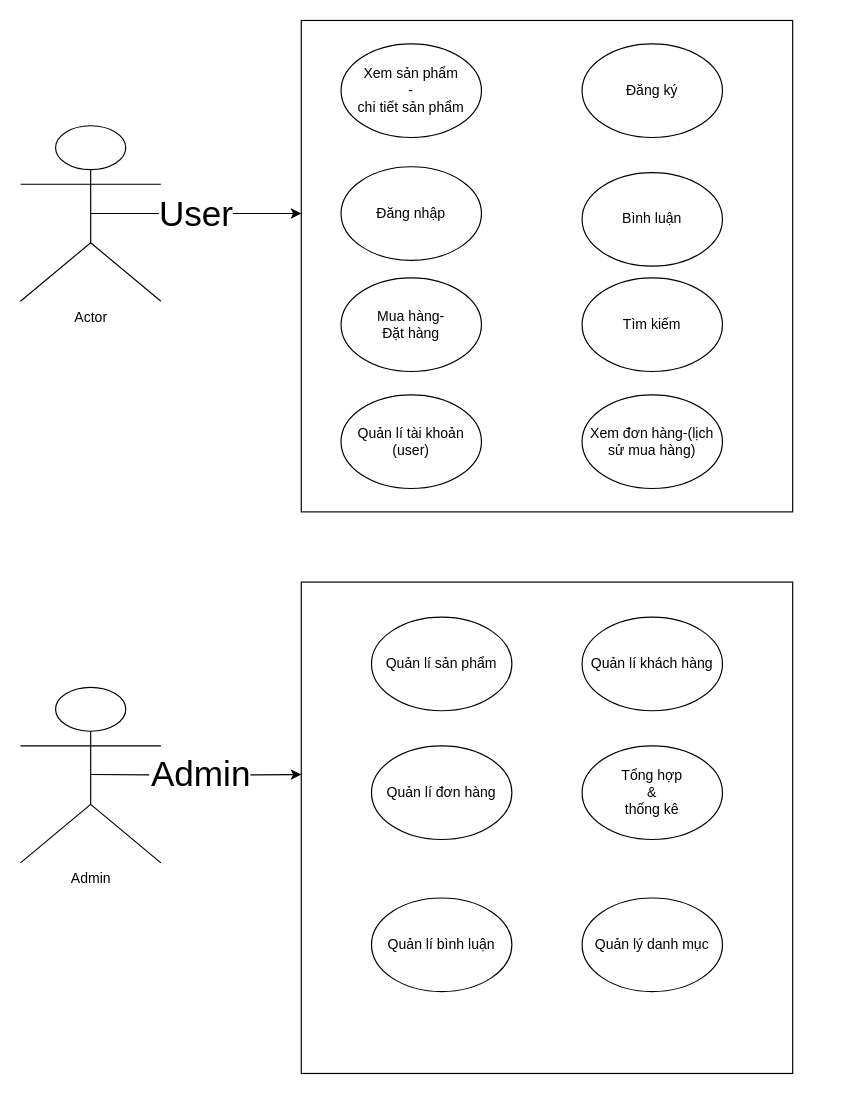
Before: case.drawio in KhoantenKhoan/Team5, a draw.io diagram. Source tidied: cells renumbered, new cells numbered last; positions are measured from the earlier drawing's top-left corner, leaving out a move shared by most shapes. Both pictures are drawn from the tidied source at 117%, with x=0, y=0 at pixel (20, 20).
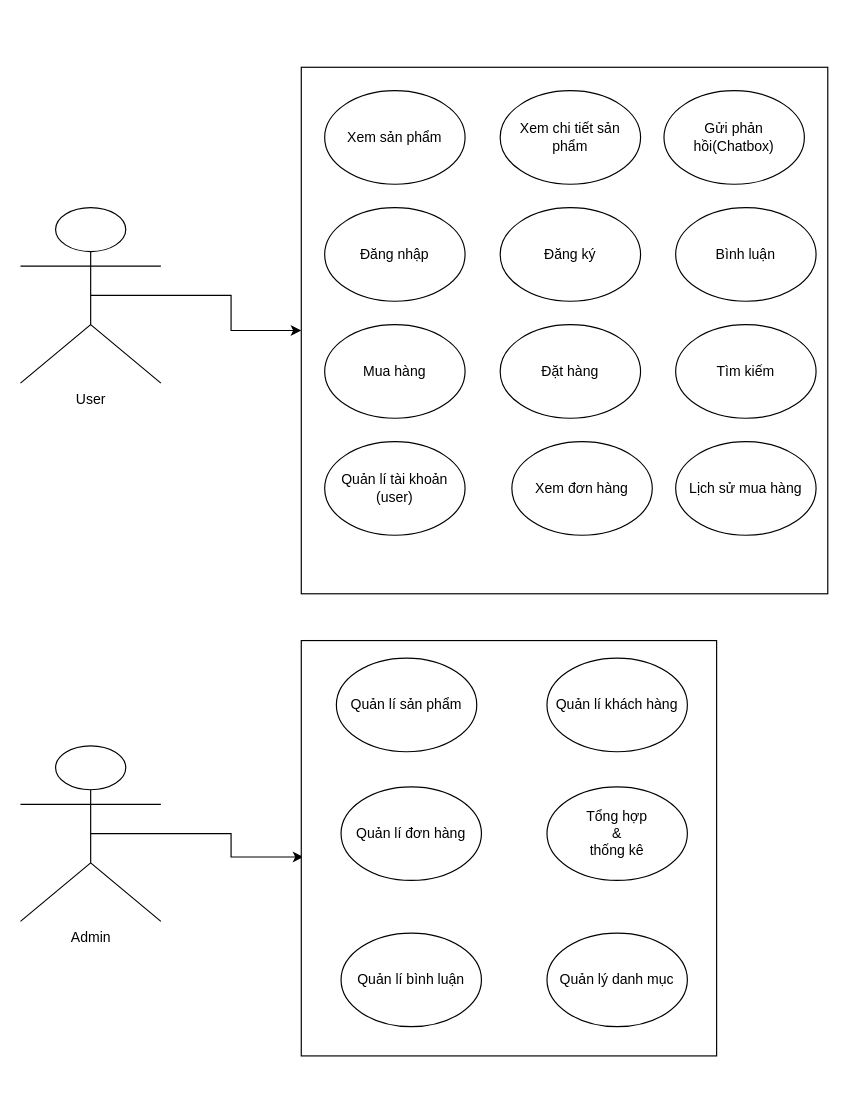
The same diagram, later.

Diff of the diagram source:
```diff
@@
+    <mxCell id="24" style="edgeStyle=orthogonalEdgeStyle;rounded=0;jettySize=auto;html=1;exitX=0.5;exitY=0.5;exitDx=0;exitDy=0;exitPerimeter=0;" parent="1" edge="1" source="2" target="6">
+      <mxGeometry relative="1" as="geometry" />
+    </mxCell>
-    <mxCell id="2" value="Actor" style="shape=umlActor;verticalLabelPosition=bottom;verticalAlign=top;html=1;outlineConnect=0;" parent="1" vertex="1">
-      <mxGeometry y="90" width="120" height="150" as="geometry" />
+    <mxCell id="2" value="User" style="shape=umlActor;verticalLabelPosition=bottom;verticalAlign=top;html=1;outlineConnect=0;" parent="1" vertex="1">
+      <mxGeometry y="160" width="120" height="150" as="geometry" />
     </mxCell>
+    <mxCell id="25" style="edgeStyle=orthogonalEdgeStyle;rounded=0;jettySize=auto;html=1;exitX=0.5;exitY=0.5;exitDx=0;exitDy=0;exitPerimeter=0;entryX=0.005;entryY=0.521;entryDx=0;entryDy=0;entryPerimeter=0;" parent="1" edge="1" source="3" target="7">
+      <mxGeometry relative="1" as="geometry" />
+    </mxCell>
     <mxCell id="3" value="Admin" style="shape=umlActor;verticalLabelPosition=bottom;verticalAlign=top;html=1;outlineConnect=0;" parent="1" vertex="1">
-      <mxGeometry y="570" width="120" height="150" as="geometry" />
+      <mxGeometry y="620" width="120" height="150" as="geometry" />
     </mxCell>
-    <mxCell id="4" value="User" style="endArrow=classic;html=1;rounded=0;exitX=0.5;exitY=0.5;exitDx=0;exitDy=0;exitPerimeter=0;fontSize=30;" parent="1" edge="1" source="2">
-      <mxGeometry relative="1" as="geometry">
-        <mxPoint x="240" y="165" as="targetPoint" />
-        <Array as="points">
-          <mxPoint x="150" y="165" />
-        </Array>
-      </mxGeometry>
-    </mxCell>
-    <mxCell id="5" style="endArrow=classic;html=1;rounded=0;exitX=0.5;exitY=0.5;exitDx=0;exitDy=0;exitPerimeter=0;startArrow=none;" parent="1" edge="1" source="22">
-      <mxGeometry relative="1" as="geometry">
-        <mxPoint x="240" y="644.5" as="targetPoint" />
-      </mxGeometry>
-    </mxCell>
     <mxCell id="6" style="whiteSpace=wrap;html=1;" parent="1" vertex="1">
-      <mxGeometry x="240" width="420" height="420" as="geometry" />
+      <mxGeometry x="240" y="40" width="450" height="450" as="geometry" />
     </mxCell>
     <mxCell id="7" style="whiteSpace=wrap;html=1;" parent="1" vertex="1">
-      <mxGeometry x="240" y="480" width="420" height="420" as="geometry" />
+      <mxGeometry x="240" y="530" width="355" height="355" as="geometry" />
     </mxCell>
-    <mxCell id="8" value="Xem sản phẩm&lt;br&gt;-&lt;br&gt;chi tiết sản phẩm" style="ellipse;whiteSpace=wrap;html=1;" parent="1" vertex="1">
-      <mxGeometry x="274" y="20" width="120" height="80" as="geometry" />
+    <mxCell id="8" value="Xem sản phẩm" style="ellipse;whiteSpace=wrap;html=1;" parent="1" vertex="1">
+      <mxGeometry x="260" y="60" width="120" height="80" as="geometry" />
     </mxCell>
     <mxCell id="9" value="Đăng nhập" style="ellipse;whiteSpace=wrap;html=1;" parent="1" vertex="1">
-      <mxGeometry x="274" y="125" width="120" height="80" as="geometry" />
+      <mxGeometry x="260" y="160" width="120" height="80" as="geometry" />
     </mxCell>
-    <mxCell id="10" value="Mua hàng-&lt;br&gt;Đặt hàng" style="ellipse;whiteSpace=wrap;html=1;" parent="1" vertex="1">
-      <mxGeometry x="274" y="220" width="120" height="80" as="geometry" />
+    <mxCell id="10" value="Mua hàng" style="ellipse;whiteSpace=wrap;html=1;" parent="1" vertex="1">
+      <mxGeometry x="260" y="260" width="120" height="80" as="geometry" />
     </mxCell>
     <mxCell id="11" value="Quản lí tài khoản (user)" style="ellipse;whiteSpace=wrap;html=1;" parent="1" vertex="1">
-      <mxGeometry x="274" y="320" width="120" height="80" as="geometry" />
+      <mxGeometry x="260" y="360" width="120" height="80" as="geometry" />
     </mxCell>
     <mxCell id="12" value="Đăng ký" style="ellipse;whiteSpace=wrap;html=1;" parent="1" vertex="1">
-      <mxGeometry x="480" y="20" width="120" height="80" as="geometry" />
+      <mxGeometry x="410" y="160" width="120" height="80" as="geometry" />
     </mxCell>
     <mxCell id="13" value="Bình luận" style="ellipse;whiteSpace=wrap;html=1;" parent="1" vertex="1">
-      <mxGeometry x="480" y="130" width="120" height="80" as="geometry" />
+      <mxGeometry x="560" y="160" width="120" height="80" as="geometry" />
     </mxCell>
     <mxCell id="14" value="Tìm kiếm" style="ellipse;whiteSpace=wrap;html=1;" parent="1" vertex="1">
-      <mxGeometry x="480" y="220" width="120" height="80" as="geometry" />
+      <mxGeometry x="560" y="260" width="120" height="80" as="geometry" />
     </mxCell>
-    <mxCell id="15" value="Xem đơn hàng-(lịch sử mua hàng)" style="ellipse;whiteSpace=wrap;html=1;" parent="1" vertex="1">
-      <mxGeometry x="480" y="320" width="120" height="80" as="geometry" />
+    <mxCell id="15" value="Lịch sử mua hàng" style="ellipse;whiteSpace=wrap;html=1;" parent="1" vertex="1">
+      <mxGeometry x="560" y="360" width="120" height="80" as="geometry" />
     </mxCell>
     <mxCell id="16" value="Quản lí sản phẩm" style="ellipse;whiteSpace=wrap;html=1;" parent="1" vertex="1">
-      <mxGeometry x="300" y="510" width="120" height="80" as="geometry" />
+      <mxGeometry x="270" y="545" width="120" height="80" as="geometry" />
     </mxCell>
     <mxCell id="17" value="Quản lí đơn hàng" style="ellipse;whiteSpace=wrap;html=1;" parent="1" vertex="1">
-      <mxGeometry x="300" y="620" width="120" height="80" as="geometry" />
+      <mxGeometry x="274" y="655" width="120" height="80" as="geometry" />
     </mxCell>
     <mxCell id="18" value="Quản lí bình luận" style="ellipse;whiteSpace=wrap;html=1;" parent="1" vertex="1">
-      <mxGeometry x="300" y="750" width="120" height="80" as="geometry" />
+      <mxGeometry x="274" y="780" width="120" height="80" as="geometry" />
     </mxCell>
     <mxCell id="19" value="Quản lí khách hàng" style="ellipse;whiteSpace=wrap;html=1;" parent="1" vertex="1">
-      <mxGeometry x="480" y="510" width="120" height="80" as="geometry" />
+      <mxGeometry x="450" y="545" width="120" height="80" as="geometry" />
     </mxCell>
     <mxCell id="20" value="Tổng hợp&lt;br&gt;&amp;amp;&lt;br&gt;thống kê" style="ellipse;whiteSpace=wrap;html=1;" parent="1" vertex="1">
-      <mxGeometry x="480" y="620" width="120" height="80" as="geometry" />
+      <mxGeometry x="450" y="655" width="120" height="80" as="geometry" />
     </mxCell>
     <mxCell id="21" value="Quản lý danh mục" style="ellipse;whiteSpace=wrap;html=1;" parent="1" vertex="1">
-      <mxGeometry x="480" y="750" width="120" height="80" as="geometry" />
+      <mxGeometry x="450" y="780" width="120" height="80" as="geometry" />
     </mxCell>
-    <mxCell id="22" value="&lt;span style=&quot;color: rgb(0 , 0 , 0) ; font-family: &amp;#34;helvetica&amp;#34; ; font-size: 30px ; font-style: normal ; font-weight: 400 ; letter-spacing: normal ; text-align: center ; text-indent: 0px ; text-transform: none ; word-spacing: 0px ; background-color: rgb(255 , 255 , 255) ; display: inline ; float: none&quot;&gt;Admin&lt;/span&gt;" style="text;whiteSpace=wrap;html=1;fontSize=30;" parent="1" vertex="1">
-      <mxGeometry x="110" y="620" width="90" height="50" as="geometry" />
-    </mxCell>
-    <mxCell id="23" style="endArrow=none;html=1;rounded=0;exitX=0.5;exitY=0.5;exitDx=0;exitDy=0;exitPerimeter=0;" parent="1" edge="1" target="22">
-      <mxGeometry relative="1" as="geometry">
-        <mxPoint x="60" y="644.5" as="sourcePoint" />
-      </mxGeometry>
-    </mxCell>
+    <mxCell id="26" value="Đặt hàng" style="ellipse;whiteSpace=wrap;html=1;" parent="1" vertex="1">
+      <mxGeometry x="410" y="260" width="120" height="80" as="geometry" />
+    </mxCell>
+    <mxCell id="27" value="Xem đơn hàng" style="ellipse;whiteSpace=wrap;html=1;" parent="1" vertex="1">
+      <mxGeometry x="420" y="360" width="120" height="80" as="geometry" />
+    </mxCell>
+    <mxCell id="28" value="Xem chi tiết sản phẩm" style="ellipse;whiteSpace=wrap;html=1;" parent="1" vertex="1">
+      <mxGeometry x="410" y="60" width="120" height="80" as="geometry" />
+    </mxCell>
+    <mxCell id="29" value="Gửi phản hồi(Chatbox)" style="ellipse;whiteSpace=wrap;html=1;" parent="1" vertex="1">
+      <mxGeometry x="550" y="60" width="120" height="80" as="geometry" />
+    </mxCell>
```
